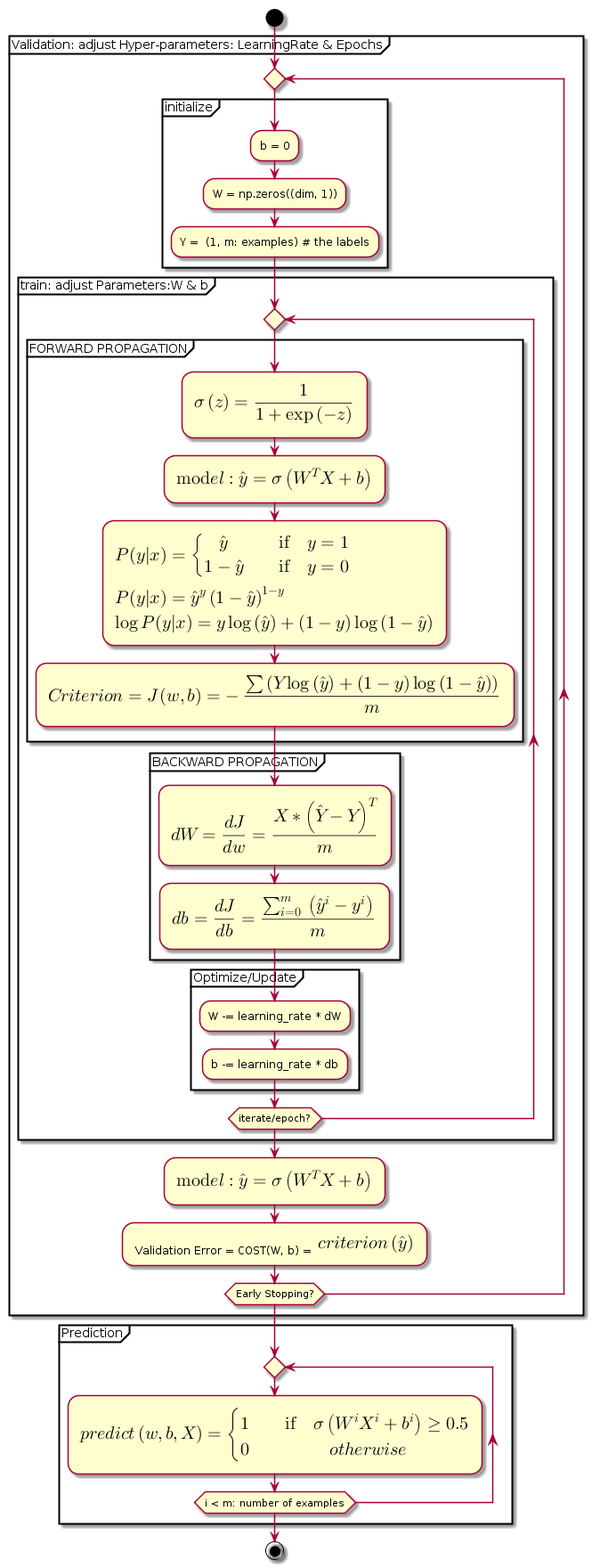
Before: gradient-descent.png, a diagram exported from PlantUML (yoga1290/cheatsheets). Source of this version:
```plantuml
@startuml
start

partition "Validation: adjust Hyper-parameters: LearningRate & Epochs" {

  repeat

    partition initialize {
      :b = 0;
      :W = np.zeros((dim, 1));
      :Y =  (1, m: examples) # the labels;
    }

    partition "train: adjust Parameters:W & b" {

        repeat

          partition "FORWARD PROPAGATION" {
            :<math>sigma(z) = 1/( 1 + exp(-z) )</math>;
            :<math> model: hat y = sigma(W^T X + b)</math>;

            :<math>P(y|x) = {(hat y, if y = 1), (1 - hat y, if y = 0):}</math>
            <math>P(y|x) = hat y ^y (1 - hat y)^(1-y)</math>
            <math>log P(y|x) = y log(hat y) + (1-y) log(1 - hat y)</math>;

            :<math>Criterion = J(w, b) = - ( sum(Y log(hat y) + (1 - y) log(1 - hat y) ) ) / m</math>;
          }

          partition "BACKWARD PROPAGATION" {

            :<math>dW = (dJ)/(dw) =  (X ** (hat Y - Y)^T) / m</math>;
            :<math>db = (dJ)/(db) = (sum_(i=0)^m (hat y^i - y^i)) / m</math>;

          }

          partition "Optimize/Update" {
            :W -= learning_rate * dW;
            :b -= learning_rate * db;
          }
        repeat while (iterate/epoch?)
    }

    :<math> model: hat y = sigma(W^T X + b)</math>;
    : Validation Error = COST(W, b) = <math>criterion( hat y )</math>;

  repeat while (Early Stopping?)
}
partition "Prediction" {
  repeat
    :<math>predict(w, b, X) = { (1, if sigma(W^(i) X^(i) + b^(i)) >= 0.5), (0 , otherwise):}</math>;
  repeat while (i < m: number of examples)
}
stop
@enduml
```
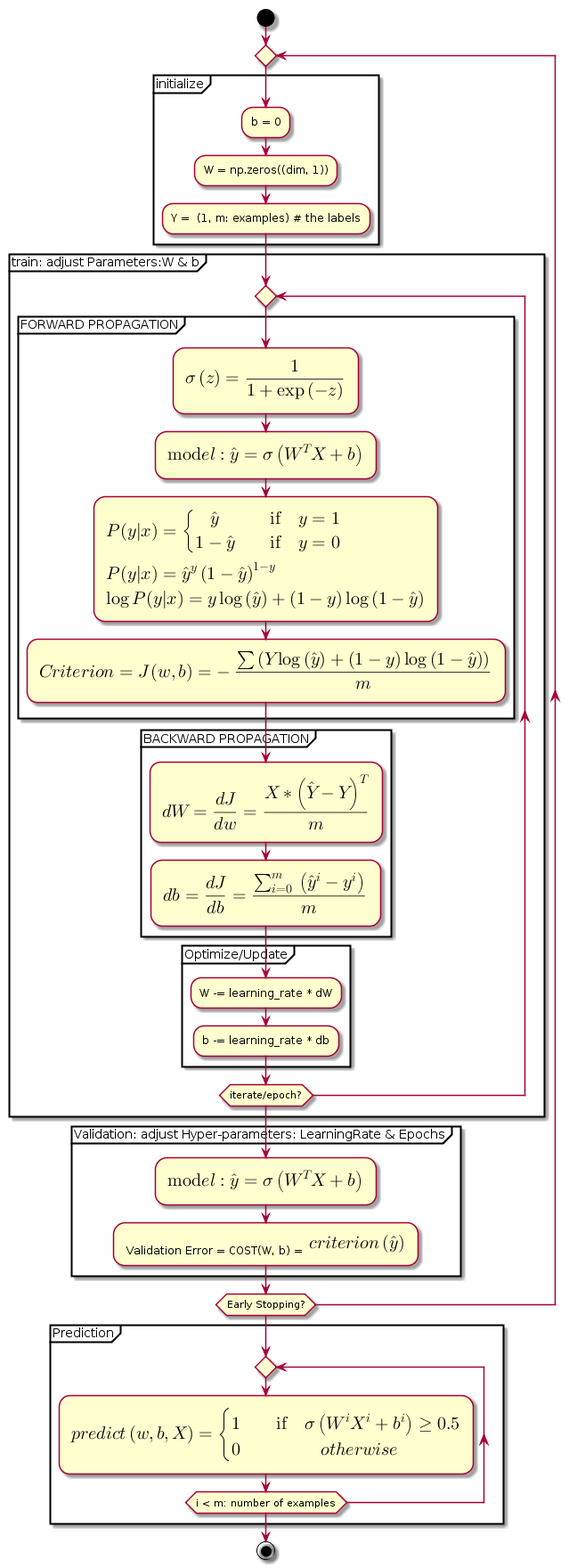
After the change.

Commit message:
PyTorch & puml diagram

The edit, as a diff of the source:
```diff
@@ -1,50 +1,50 @@
 @startuml
 start
 
+
+repeat
+
+  partition initialize {
+    :b = 0;
+    :W = np.zeros((dim, 1));
+    :Y =  (1, m: examples) # the labels;
+  }
+
+  partition "train: adjust Parameters:W & b" {
+
+      repeat
+
+        partition "FORWARD PROPAGATION" {
+          :<math>sigma(z) = 1/( 1 + exp(-z) )</math>;
+          :<math> model: hat y = sigma(W^T X + b)</math>;
+
+          :<math>P(y|x) = {(hat y, if y = 1), (1 - hat y, if y = 0):}</math>
+          <math>P(y|x) = hat y ^y (1 - hat y)^(1-y)</math>
+          <math>log P(y|x) = y log(hat y) + (1-y) log(1 - hat y)</math>;
+
+          :<math>Criterion = J(w, b) = - ( sum(Y log(hat y) + (1 - y) log(1 - hat y) ) ) / m</math>;
+        }
+
+        partition "BACKWARD PROPAGATION" {
+
+          :<math>dW = (dJ)/(dw) =  (X ** (hat Y - Y)^T) / m</math>;
+          :<math>db = (dJ)/(db) = (sum_(i=0)^m (hat y^i - y^i)) / m</math>;
+
+        }
+
+        partition "Optimize/Update" {
+          :W -= learning_rate * dW;
+          :b -= learning_rate * db;
+        }
+      repeat while (iterate/epoch?)
+  }
 partition "Validation: adjust Hyper-parameters: LearningRate & Epochs" {
 
-  repeat
+  :<math> model: hat y = sigma(W^T X + b)</math>;
+  : Validation Error = COST(W, b) = <math>criterion( hat y )</math>;
+}
+repeat while (Early Stopping?)
 
-    partition initialize {
-      :b = 0;
-      :W = np.zeros((dim, 1));
-      :Y =  (1, m: examples) # the labels;
-    }
-
-    partition "train: adjust Parameters:W & b" {
-
-        repeat
-
-          partition "FORWARD PROPAGATION" {
-            :<math>sigma(z) = 1/( 1 + exp(-z) )</math>;
-            :<math> model: hat y = sigma(W^T X + b)</math>;
-
-            :<math>P(y|x) = {(hat y, if y = 1), (1 - hat y, if y = 0):}</math>
-            <math>P(y|x) = hat y ^y (1 - hat y)^(1-y)</math>
-            <math>log P(y|x) = y log(hat y) + (1-y) log(1 - hat y)</math>;
-
-            :<math>Criterion = J(w, b) = - ( sum(Y log(hat y) + (1 - y) log(1 - hat y) ) ) / m</math>;
-          }
-
-          partition "BACKWARD PROPAGATION" {
-
-            :<math>dW = (dJ)/(dw) =  (X ** (hat Y - Y)^T) / m</math>;
-            :<math>db = (dJ)/(db) = (sum_(i=0)^m (hat y^i - y^i)) / m</math>;
-
-          }
-
-          partition "Optimize/Update" {
-            :W -= learning_rate * dW;
-            :b -= learning_rate * db;
-          }
-        repeat while (iterate/epoch?)
-    }
-
-    :<math> model: hat y = sigma(W^T X + b)</math>;
-    : Validation Error = COST(W, b) = <math>criterion( hat y )</math>;
-
-  repeat while (Early Stopping?)
-}
 partition "Prediction" {
   repeat
     :<math>predict(w, b, X) = { (1, if sigma(W^(i) X^(i) + b^(i)) >= 0.5), (0 , otherwise):}</math>;
```
